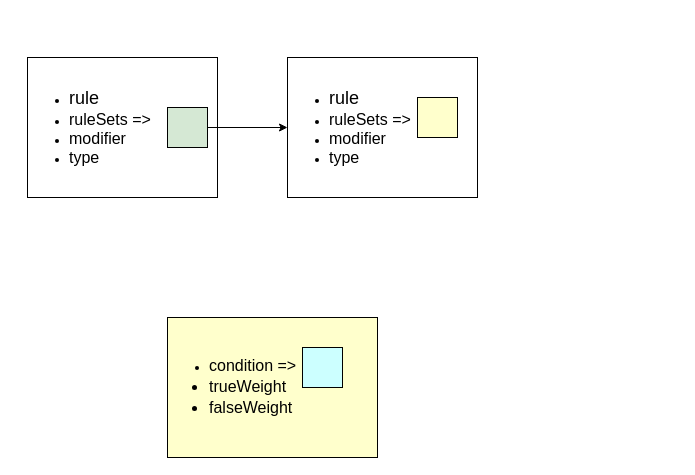
Earlier version of the draw.io diagram GeohazardRules.drawio (ajimenezn/UML). Source tidied: cells renumbered, new cells numbered last; positions are measured from the earlier drawing's top-left corner, leaving out a move shared by most shapes. Both pictures are drawn from the tidied source at 100%, with x=0, y=0 at pixel (27, 57).
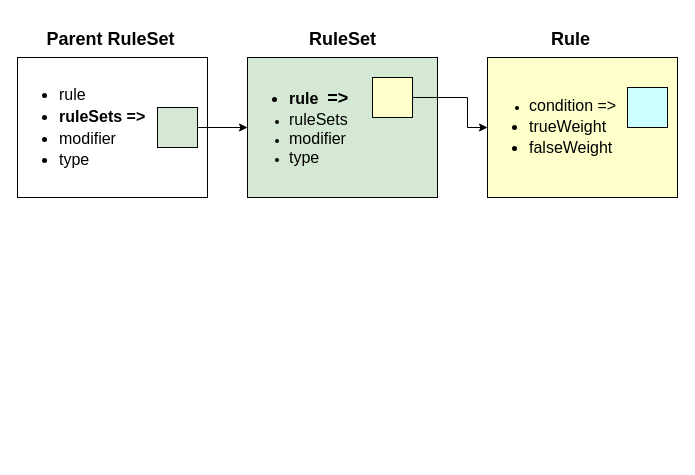
Above is the later version.

What changed in the source:
```diff
@@
 <mxGraphModel>
   <root>
     <mxCell id="0" />
     <mxCell id="1" parent="0" />
-    <mxCell id="2" value="&lt;ul style=&quot;font-size: 12px&quot;&gt;&lt;li&gt;&lt;font style=&quot;font-size: 18px&quot;&gt;rule&lt;/font&gt;&lt;/li&gt;&lt;li&gt;&lt;font size=&quot;3&quot;&gt;ruleSets =&amp;gt;&amp;nbsp;&lt;/font&gt;&lt;/li&gt;&lt;li&gt;&lt;font size=&quot;3&quot;&gt;modifier&lt;/font&gt;&lt;/li&gt;&lt;li&gt;&lt;font size=&quot;3&quot;&gt;type&lt;/font&gt;&lt;/li&gt;&lt;/ul&gt;" style="rounded=0;whiteSpace=wrap;html=1;fontSize=18;align=left;" parent="1" vertex="1">
-      <mxGeometry width="190" height="140" as="geometry" />
+    <mxCell id="2" value="&lt;ul&gt;&lt;li&gt;&lt;font style=&quot;font-size: 16px&quot;&gt;rule&amp;nbsp;&amp;nbsp;&lt;/font&gt;&lt;/li&gt;&lt;li&gt;&lt;b&gt;&lt;font style=&quot;font-size: 16px&quot;&gt;ruleSets&amp;nbsp;=&amp;gt;&lt;/font&gt;&lt;/b&gt;&lt;/li&gt;&lt;li&gt;&lt;font size=&quot;3&quot;&gt;modifier&lt;/font&gt;&lt;/li&gt;&lt;li&gt;&lt;font size=&quot;3&quot;&gt;type&lt;/font&gt;&lt;/li&gt;&lt;/ul&gt;" style="rounded=0;whiteSpace=wrap;html=1;fontSize=18;align=left;" parent="1" vertex="1">
+      <mxGeometry x="-10" width="190" height="140" as="geometry" />
     </mxCell>
     <mxCell id="3" style="edgeStyle=orthogonalEdgeStyle;rounded=0;jettySize=auto;html=1;fontSize=18;" parent="1" edge="1" source="4" target="7">
       <mxGeometry relative="1" as="geometry" />
     </mxCell>
     <mxCell id="4" style="whiteSpace=wrap;html=1;fontSize=18;align=left;fillColor=#D5E8D4;" parent="1" vertex="1">
-      <mxGeometry x="140" y="50" width="40" height="40" as="geometry" />
+      <mxGeometry x="130" y="50" width="40" height="40" as="geometry" />
     </mxCell>
     <mxCell id="5" value="&lt;ul&gt;&lt;li style=&quot;font-size: 12px&quot;&gt;&lt;span style=&quot;font-size: medium&quot;&gt;condition =&amp;gt;&amp;nbsp;&lt;/span&gt;&lt;br&gt;&lt;/li&gt;&lt;li&gt;&lt;font size=&quot;3&quot;&gt;trueWeight&lt;/font&gt;&lt;br&gt;&lt;/li&gt;&lt;li&gt;&lt;font size=&quot;3&quot;&gt;falseWeight&lt;/font&gt;&lt;br&gt;&lt;/li&gt;&lt;/ul&gt;" style="rounded=0;whiteSpace=wrap;html=1;fontSize=18;align=left;fillColor=#FFFFCC;" parent="1" vertex="1">
-      <mxGeometry x="140" y="260" width="210" height="140" as="geometry" />
+      <mxGeometry x="460" width="190" height="140" as="geometry" />
     </mxCell>
     <mxCell id="6" style="whiteSpace=wrap;html=1;fontSize=18;align=left;fillColor=#CCFFFF;" parent="1" vertex="1">
-      <mxGeometry x="275" y="290" width="40" height="40" as="geometry" />
+      <mxGeometry x="600" y="30" width="40" height="40" as="geometry" />
     </mxCell>
-    <mxCell id="7" value="&lt;ul style=&quot;font-size: 12px&quot;&gt;&lt;li&gt;&lt;font style=&quot;font-size: 18px&quot;&gt;rule&lt;/font&gt;&lt;/li&gt;&lt;li&gt;&lt;font size=&quot;3&quot;&gt;ruleSets =&amp;gt;&amp;nbsp;&lt;/font&gt;&lt;/li&gt;&lt;li&gt;&lt;font size=&quot;3&quot;&gt;modifier&lt;/font&gt;&lt;/li&gt;&lt;li&gt;&lt;font size=&quot;3&quot;&gt;type&lt;/font&gt;&lt;/li&gt;&lt;/ul&gt;" style="rounded=0;whiteSpace=wrap;html=1;fontSize=18;align=left;" parent="1" vertex="1">
-      <mxGeometry x="260" width="190" height="140" as="geometry" />
+    <mxCell id="7" value="&lt;ul&gt;&lt;li&gt;&lt;font&gt;&lt;b&gt;&lt;font style=&quot;font-size: 16px&quot;&gt;rule&amp;nbsp; &lt;/font&gt;=&amp;gt;&lt;/b&gt;&lt;/font&gt;&lt;/li&gt;&lt;li style=&quot;font-size: 12px&quot;&gt;&lt;font size=&quot;3&quot;&gt;ruleSets&amp;nbsp;&lt;/font&gt;&lt;/li&gt;&lt;li style=&quot;font-size: 12px&quot;&gt;&lt;font size=&quot;3&quot;&gt;modifier&lt;/font&gt;&lt;/li&gt;&lt;li style=&quot;font-size: 12px&quot;&gt;&lt;font size=&quot;3&quot;&gt;type&lt;/font&gt;&lt;/li&gt;&lt;/ul&gt;" style="rounded=0;whiteSpace=wrap;html=1;fontSize=18;align=left;fillColor=#D5E8D4;" parent="1" vertex="1">
+      <mxGeometry x="220" width="190" height="140" as="geometry" />
     </mxCell>
+    <mxCell id="9" style="edgeStyle=orthogonalEdgeStyle;rounded=0;jettySize=auto;html=1;fontSize=10;" parent="1" edge="1" source="8" target="5">
+      <mxGeometry relative="1" as="geometry">
+        <Array as="points">
+          <mxPoint x="440" y="40" />
+          <mxPoint x="440" y="70" />
+        </Array>
+      </mxGeometry>
+    </mxCell>
     <mxCell id="8" style="whiteSpace=wrap;html=1;fontSize=18;align=left;fillColor=#FFFFCC;" parent="1" vertex="1">
-      <mxGeometry x="390" y="40" width="40" height="40" as="geometry" />
+      <mxGeometry x="345" y="20" width="40" height="40" as="geometry" />
     </mxCell>
+    <mxCell id="10" value="&lt;font style=&quot;font-size: 18px&quot;&gt;Parent RuleSet&lt;/font&gt;" style="text;strokeColor=none;fillColor=none;html=1;fontSize=24;fontStyle=1;verticalAlign=middle;align=center;" parent="1" vertex="1">
+      <mxGeometry x="10" y="-40" width="145" height="40" as="geometry" />
+    </mxCell>
+    <mxCell id="11" value="&lt;font style=&quot;font-size: 18px&quot;&gt;RuleSet&lt;/font&gt;" style="text;strokeColor=none;fillColor=none;html=1;fontSize=24;fontStyle=1;verticalAlign=middle;align=center;" parent="1" vertex="1">
+      <mxGeometry x="242.5" y="-40" width="145" height="40" as="geometry" />
+    </mxCell>
+    <mxCell id="12" value="&lt;font style=&quot;font-size: 18px&quot;&gt;Rule&lt;/font&gt;" style="text;strokeColor=none;fillColor=none;html=1;fontSize=24;fontStyle=1;verticalAlign=middle;align=center;" parent="1" vertex="1">
+      <mxGeometry x="470" y="-40" width="145" height="40" as="geometry" />
+    </mxCell>
   </root>
 </mxGraphModel>
```
